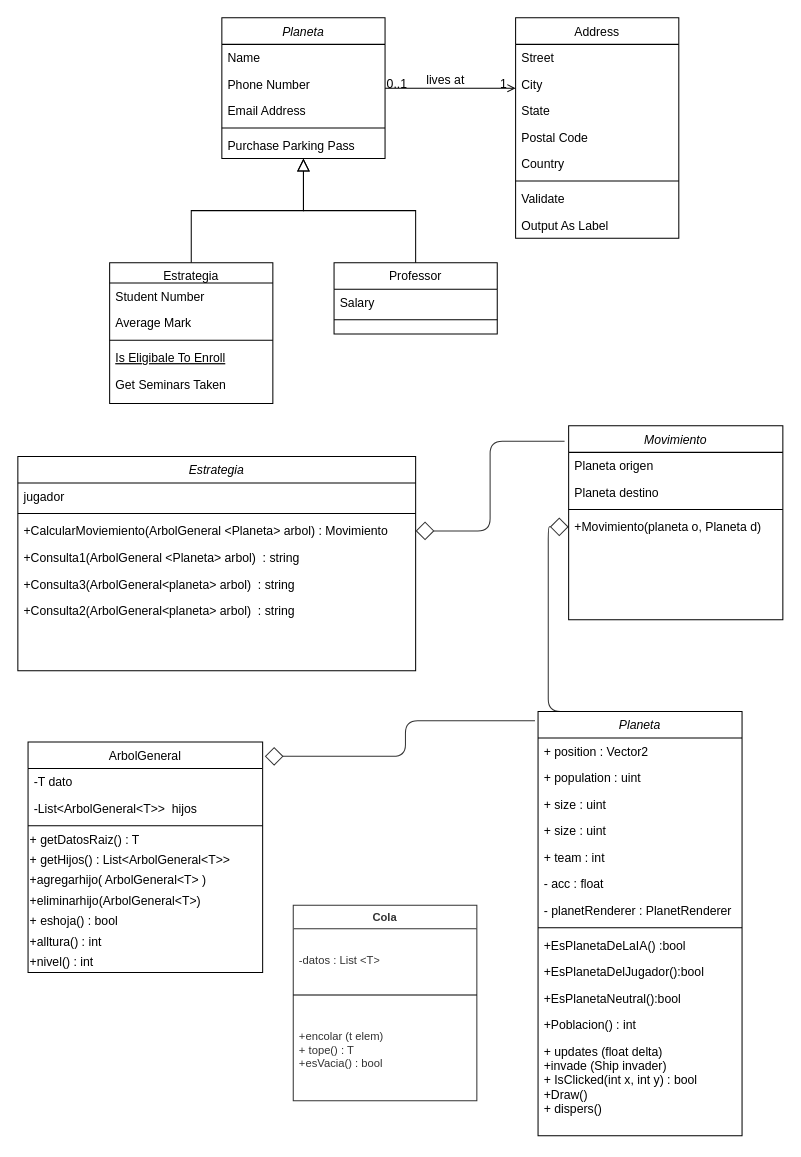
Earlier version of the draw.io diagram UML e Informe/TP_bot.drawio (iodenKisuka/TP_FINALBOT_DaianaLorenaCabreraSaldivar). Source tidied: cells renumbered, new cells numbered last; positions are measured from the earlier drawing's top-left corner, leaving out a move shared by most shapes. Both pictures are drawn from the tidied source at 102%, with x=0, y=0 at pixel (17, 17).
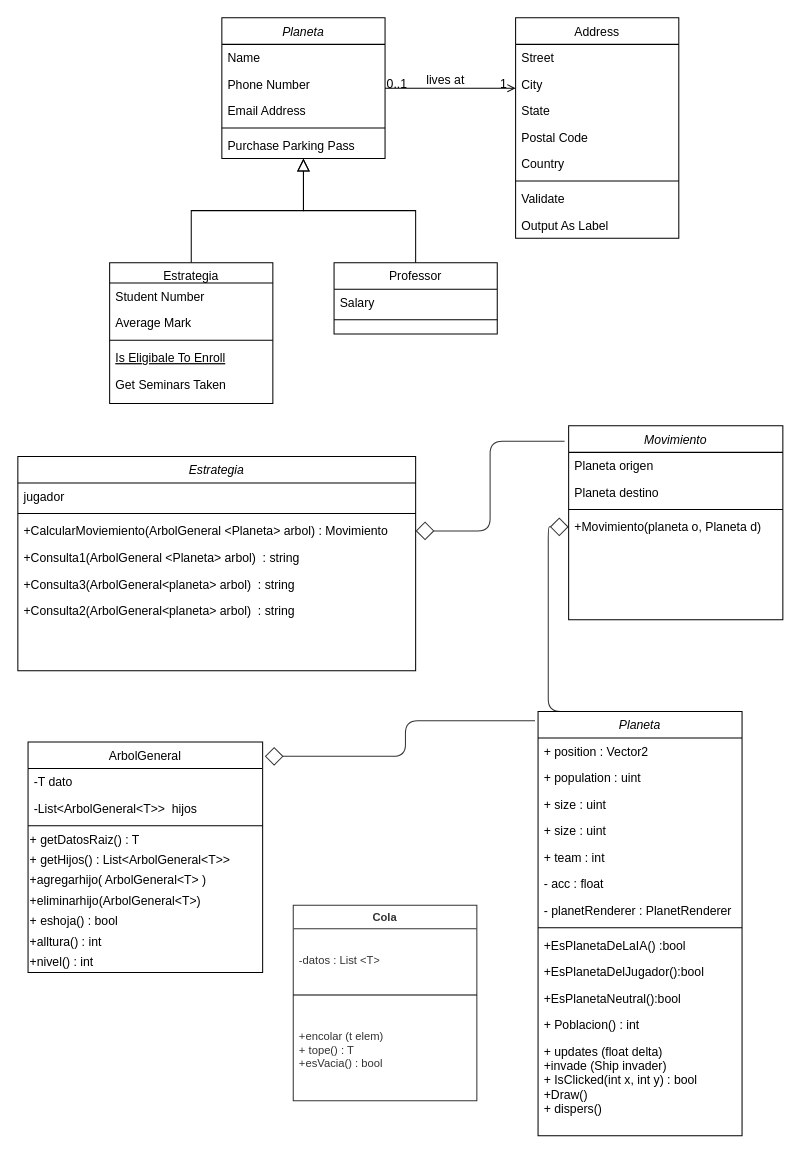
The same diagram, later.

Unchanged cells that the change refers to:
```xml
<mxCell id="52" value="Planeta" style="swimlane;fontStyle=2;align=center;verticalAlign=top;horizontal=1;startSize=26;rounded=0;shadow=0;strokeWidth=1;" parent="1" vertex="1">
  <mxGeometry x="510" y="680" width="200" height="416" as="geometry" />
</mxCell>
```

The edit, as a diff of the source:
```diff
@@
-    <mxCell id="64" value="+Poblacion() : int" style="text;align=left;verticalAlign=top;spacingLeft=4;spacingRight=4;overflow=hidden;" parent="52" vertex="1">
+    <mxCell id="64" value="+ Poblacion() : int" style="text;align=left;verticalAlign=top;spacingLeft=4;spacingRight=4;overflow=hidden;" parent="52" vertex="1">
       <mxGeometry y="294" width="200" height="26" as="geometry" />
     </mxCell>
```
